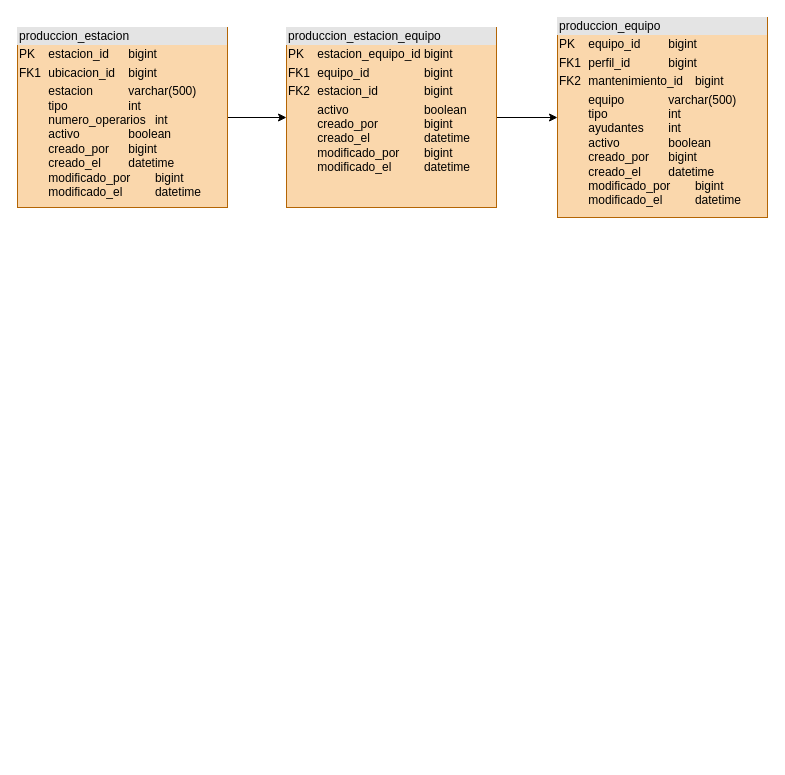
This is ERDProduccion.drawio from winnier78/L360Produccion, a draw.io file, before an edit. Source tidied: cells renumbered, new cells numbered last; positions are measured from the earlier drawing's top-left corner, leaving out a move shared by most shapes. Both pictures are drawn from the tidied source at 100%, with x=0, y=0 at pixel (17, 17).
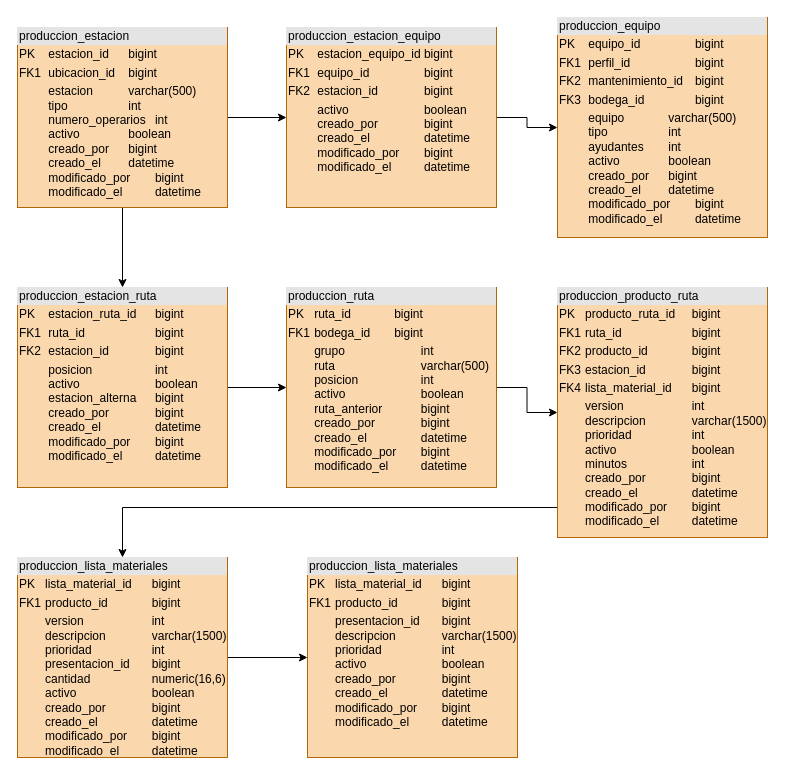
After the change.

Commit message:
agregamos ruta ERDProduccion.drawio

The change refers to these unchanged cells:
```xml
<mxCell id="3" value="&lt;div style=&quot;box-sizing: border-box; width: 100%; background: rgb(228, 228, 228); padding: 2px;&quot;&gt;produccion_estacion&lt;/div&gt;&lt;table style=&quot;width:100%;font-size:1em;&quot; cellpadding=&quot;2&quot; cellspacing=&quot;0&quot;&gt;&lt;tbody&gt;&lt;tr&gt;&lt;td&gt;PK&lt;/td&gt;&lt;td&gt;estacion_id&lt;span style=&quot;white-space: pre;&quot;&gt;&#9;&lt;/span&gt;bigint&lt;/td&gt;&lt;td&gt;&lt;br&gt;&lt;/td&gt;&lt;/tr&gt;&lt;tr&gt;&lt;td&gt;FK1&lt;/td&gt;&lt;td&gt;ubicacion_id&lt;span style=&quot;white-space: pre;&quot;&gt;&#9;&lt;/span&gt;bigint&lt;/td&gt;&lt;td&gt;&lt;br&gt;&lt;/td&gt;&lt;/tr&gt;&lt;tr&gt;&lt;td&gt;&lt;/td&gt;&lt;td&gt;estacion&lt;span style=&quot;white-space: pre;&quot;&gt;&#9;&lt;span style=&quot;white-space: pre;&quot;&gt;&#9;&lt;/span&gt;&lt;/span&gt;varchar(500)&lt;br&gt;tipo&lt;span style=&quot;white-space: pre;&quot;&gt;&#9;&lt;/span&gt;&lt;span style=&quot;white-space: pre;&quot;&gt;&#9;&lt;/span&gt;&lt;span style=&quot;white-space: pre;&quot;&gt;&#9;&lt;/span&gt;int&lt;br&gt;numero_operarios&lt;span style=&quot;white-space: pre;&quot;&gt;&#9;&lt;/span&gt;int&lt;br&gt;activo&lt;span style=&quot;white-space: pre;&quot;&gt;&#9;&lt;/span&gt;&lt;span style=&quot;white-space: pre;&quot;&gt;&#9;&lt;/span&gt;boolean&lt;br&gt;creado_por&lt;span style=&quot;white-space: pre;&quot;&gt;&#9;&lt;/span&gt;bigint&lt;br&gt;creado_el&lt;span style=&quot;white-space: pre;&quot;&gt;&#9;&lt;/span&gt;datetime&lt;br&gt;modificado_por&lt;span style=&quot;white-space: pre;&quot;&gt;&#9;&lt;/span&gt;bigint&lt;br&gt;modificado_el&lt;span style=&quot;white-space: pre;&quot;&gt;&#9;&lt;/span&gt;&lt;span style=&quot;white-space: pre;&quot;&gt;&#9;&lt;/span&gt;datetime&lt;/td&gt;&lt;td&gt;&lt;br&gt;&lt;/td&gt;&lt;/tr&gt;&lt;/tbody&gt;&lt;/table&gt;" style="verticalAlign=top;align=left;overflow=fill;html=1;whiteSpace=wrap;fillColor=#fad7ac;strokeColor=#b46504;" parent="1" vertex="1">
  <mxGeometry y="10" width="210" height="180" as="geometry" />
</mxCell>
```

Change to the diagram source:
```diff
@@
+    <mxCell id="7" style="edgeStyle=orthogonalEdgeStyle;rounded=0;jettySize=auto;html=1;" parent="1" edge="1" source="3" target="9">
+      <mxGeometry relative="1" as="geometry" />
+    </mxCell>
@@
-    <mxCell id="4" value="&lt;div style=&quot;box-sizing: border-box; width: 100%; background: rgb(228, 228, 228); padding: 2px;&quot;&gt;produccion_equipo&lt;/div&gt;&lt;table style=&quot;width:100%;font-size:1em;&quot; cellpadding=&quot;2&quot; cellspacing=&quot;0&quot;&gt;&lt;tbody&gt;&lt;tr&gt;&lt;td&gt;PK&lt;/td&gt;&lt;td&gt;equipo_id&lt;span style=&quot;white-space: pre;&quot;&gt;&#9;&lt;/span&gt;bigint&lt;/td&gt;&lt;td&gt;&lt;br&gt;&lt;/td&gt;&lt;/tr&gt;&lt;tr&gt;&lt;td&gt;FK1&lt;/td&gt;&lt;td&gt;perfil_id&lt;span style=&quot;white-space: pre;&quot;&gt;&#9;&lt;span style=&quot;white-space: pre;&quot;&gt;&#9;&lt;/span&gt;&lt;/span&gt;bigint&lt;/td&gt;&lt;td&gt;&lt;br&gt;&lt;/td&gt;&lt;/tr&gt;&lt;tr&gt;&lt;td&gt;FK2&lt;/td&gt;&lt;td&gt;mantenimiento_id&lt;span style=&quot;white-space: pre;&quot;&gt;&#9;&lt;/span&gt;bigint&lt;/td&gt;&lt;td&gt;&lt;br&gt;&lt;/td&gt;&lt;/tr&gt;&lt;tr&gt;&lt;td&gt;&lt;/td&gt;&lt;td&gt;equipo&lt;span style=&quot;white-space: pre;&quot;&gt;&#9;&lt;span style=&quot;white-space: pre;&quot;&gt;&#9;&lt;/span&gt;&lt;/span&gt;varchar(500)&lt;br&gt;tipo&lt;span style=&quot;white-space: pre;&quot;&gt;&#9;&lt;/span&gt;&lt;span style=&quot;white-space: pre;&quot;&gt;&#9;&lt;/span&gt;&lt;span style=&quot;white-space: pre;&quot;&gt;&#9;&lt;/span&gt;int&lt;br&gt;ayudantes&lt;span style=&quot;white-space: pre;&quot;&gt;&#9;&lt;/span&gt;int&lt;br&gt;activo&lt;span style=&quot;white-space: pre;&quot;&gt;&#9;&lt;/span&gt;&lt;span style=&quot;white-space: pre;&quot;&gt;&#9;&lt;/span&gt;boolean&lt;br&gt;creado_por&lt;span style=&quot;white-space: pre;&quot;&gt;&#9;&lt;/span&gt;bigint&lt;br&gt;creado_el&lt;span style=&quot;white-space: pre;&quot;&gt;&#9;&lt;/span&gt;datetime&lt;br&gt;modificado_por&lt;span style=&quot;white-space: pre;&quot;&gt;&#9;&lt;/span&gt;bigint&lt;br&gt;modificado_el&lt;span style=&quot;white-space: pre;&quot;&gt;&#9;&lt;/span&gt;&lt;span style=&quot;white-space: pre;&quot;&gt;&#9;&lt;/span&gt;datetime&lt;/td&gt;&lt;td&gt;&lt;br&gt;&lt;/td&gt;&lt;/tr&gt;&lt;/tbody&gt;&lt;/table&gt;" style="verticalAlign=top;align=left;overflow=fill;html=1;whiteSpace=wrap;fillColor=#fad7ac;strokeColor=#b46504;" parent="1" vertex="1">
-      <mxGeometry x="540" width="210" height="200" as="geometry" />
+    <mxCell id="4" value="&lt;div style=&quot;box-sizing: border-box; width: 100%; background: rgb(228, 228, 228); padding: 2px;&quot;&gt;produccion_equipo&lt;/div&gt;&lt;table style=&quot;width:100%;font-size:1em;&quot; cellpadding=&quot;2&quot; cellspacing=&quot;0&quot;&gt;&lt;tbody&gt;&lt;tr&gt;&lt;td&gt;PK&lt;/td&gt;&lt;td&gt;equipo_id&lt;span style=&quot;white-space: pre;&quot;&gt;&#9;&lt;span style=&quot;white-space: pre;&quot;&gt;&#9;&lt;/span&gt;&lt;/span&gt;bigint&lt;/td&gt;&lt;td&gt;&lt;br&gt;&lt;/td&gt;&lt;/tr&gt;&lt;tr&gt;&lt;td&gt;FK1&lt;/td&gt;&lt;td&gt;perfil_id&lt;span style=&quot;white-space: pre;&quot;&gt;&#9;&lt;span style=&quot;white-space: pre;&quot;&gt;&#9;&lt;span style=&quot;white-space: pre;&quot;&gt;&#9;&lt;/span&gt;&lt;/span&gt;&lt;/span&gt;bigint&lt;/td&gt;&lt;td&gt;&lt;br&gt;&lt;/td&gt;&lt;/tr&gt;&lt;tr&gt;&lt;td&gt;FK2&lt;/td&gt;&lt;td&gt;mantenimiento_id&lt;span style=&quot;white-space: pre;&quot;&gt;&#9;&lt;/span&gt;bigint&lt;/td&gt;&lt;td&gt;&lt;br&gt;&lt;/td&gt;&lt;/tr&gt;&lt;tr&gt;&lt;td&gt;FK3&lt;/td&gt;&lt;td&gt;bodega_id&lt;span style=&quot;white-space: pre;&quot;&gt;&#9;&lt;/span&gt;&lt;span style=&quot;white-space: pre;&quot;&gt;&#9;&lt;/span&gt;bigint&lt;/td&gt;&lt;td&gt;&lt;br&gt;&lt;/td&gt;&lt;/tr&gt;&lt;tr&gt;&lt;td&gt;&lt;/td&gt;&lt;td&gt;equipo&lt;span style=&quot;white-space: pre;&quot;&gt;&#9;&lt;span style=&quot;white-space: pre;&quot;&gt;&#9;&lt;/span&gt;&lt;/span&gt;varchar(500)&lt;br&gt;tipo&lt;span style=&quot;white-space: pre;&quot;&gt;&#9;&lt;/span&gt;&lt;span style=&quot;white-space: pre;&quot;&gt;&#9;&lt;/span&gt;&lt;span style=&quot;white-space: pre;&quot;&gt;&#9;&lt;/span&gt;int&lt;br&gt;ayudantes&lt;span style=&quot;white-space: pre;&quot;&gt;&#9;&lt;/span&gt;int&lt;br&gt;activo&lt;span style=&quot;white-space: pre;&quot;&gt;&#9;&lt;/span&gt;&lt;span style=&quot;white-space: pre;&quot;&gt;&#9;&lt;/span&gt;boolean&lt;br&gt;creado_por&lt;span style=&quot;white-space: pre;&quot;&gt;&#9;&lt;/span&gt;bigint&lt;br&gt;creado_el&lt;span style=&quot;white-space: pre;&quot;&gt;&#9;&lt;/span&gt;datetime&lt;br&gt;modificado_por&lt;span style=&quot;white-space: pre;&quot;&gt;&#9;&lt;/span&gt;bigint&lt;br&gt;modificado_el&lt;span style=&quot;white-space: pre;&quot;&gt;&#9;&lt;/span&gt;&lt;span style=&quot;white-space: pre;&quot;&gt;&#9;&lt;/span&gt;datetime&lt;/td&gt;&lt;td&gt;&lt;br&gt;&lt;/td&gt;&lt;/tr&gt;&lt;/tbody&gt;&lt;/table&gt;" style="verticalAlign=top;align=left;overflow=fill;html=1;whiteSpace=wrap;fillColor=#fad7ac;strokeColor=#b46504;" parent="1" vertex="1">
+      <mxGeometry x="540" width="210" height="220" as="geometry" />
     </mxCell>
@@
+    <mxCell id="8" style="edgeStyle=orthogonalEdgeStyle;rounded=0;jettySize=auto;html=1;" parent="1" edge="1" source="9" target="11">
+      <mxGeometry relative="1" as="geometry" />
+    </mxCell>
+    <mxCell id="9" value="&lt;div style=&quot;box-sizing: border-box; width: 100%; background: rgb(228, 228, 228); padding: 2px;&quot;&gt;produccion_estacion_ruta&lt;/div&gt;&lt;table style=&quot;width:100%;font-size:1em;&quot; cellpadding=&quot;2&quot; cellspacing=&quot;0&quot;&gt;&lt;tbody&gt;&lt;tr&gt;&lt;td&gt;PK&lt;/td&gt;&lt;td&gt;estacion_ruta_id&lt;span style=&quot;white-space: pre;&quot;&gt;&#9;&lt;/span&gt;bigint&lt;/td&gt;&lt;td&gt;&lt;br&gt;&lt;/td&gt;&lt;/tr&gt;&lt;tr&gt;&lt;td&gt;FK1&lt;/td&gt;&lt;td&gt;ruta_id&lt;span style=&quot;white-space: pre;&quot;&gt;&#9;&lt;span style=&quot;white-space: pre;&quot;&gt;&#9;&lt;/span&gt;&lt;span style=&quot;white-space: pre;&quot;&gt;&#9;&lt;/span&gt;&lt;/span&gt;bigint&lt;/td&gt;&lt;td&gt;&lt;br&gt;&lt;/td&gt;&lt;/tr&gt;&lt;tr&gt;&lt;td&gt;FK2&lt;/td&gt;&lt;td&gt;estacion_id&lt;span style=&quot;white-space: pre;&quot;&gt;&#9;&lt;/span&gt;&lt;span style=&quot;white-space: pre;&quot;&gt;&#9;&lt;/span&gt;bigint&lt;/td&gt;&lt;td&gt;&lt;br&gt;&lt;/td&gt;&lt;/tr&gt;&lt;tr&gt;&lt;td&gt;&lt;/td&gt;&lt;td&gt;posicion&lt;span style=&quot;white-space: pre;&quot;&gt;&#9;&lt;/span&gt;&lt;span style=&quot;white-space: pre;&quot;&gt;&#9;&lt;/span&gt;&lt;span style=&quot;white-space: pre;&quot;&gt;&#9;&lt;/span&gt;int&lt;br&gt;activo&lt;span style=&quot;white-space: pre;&quot;&gt;&#9;&lt;/span&gt;&lt;span style=&quot;white-space: pre;&quot;&gt;&#9;&lt;span style=&quot;white-space: pre;&quot;&gt;&#9;&lt;/span&gt;&lt;/span&gt;boolean&lt;br&gt;estacion_alterna&lt;span style=&quot;white-space: pre;&quot;&gt;&#9;&lt;/span&gt;bigint&lt;br&gt;creado_por&lt;span style=&quot;white-space: pre;&quot;&gt;&#9;&lt;span style=&quot;white-space: pre;&quot;&gt;&#9;&lt;/span&gt;&lt;/span&gt;bigint&lt;br&gt;creado_el&lt;span style=&quot;white-space: pre;&quot;&gt;&#9;&lt;span style=&quot;white-space: pre;&quot;&gt;&#9;&lt;/span&gt;&lt;/span&gt;datetime&lt;br&gt;modificado_por&lt;span style=&quot;white-space: pre;&quot;&gt;&#9;&lt;/span&gt;bigint&lt;br&gt;modificado_el&lt;span style=&quot;white-space: pre;&quot;&gt;&#9;&lt;/span&gt;&lt;span style=&quot;white-space: pre;&quot;&gt;&#9;&lt;/span&gt;datetime&lt;/td&gt;&lt;td&gt;&lt;br&gt;&lt;/td&gt;&lt;/tr&gt;&lt;tr&gt;&lt;td&gt;&lt;br&gt;&lt;/td&gt;&lt;td&gt;&lt;br&gt;&lt;/td&gt;&lt;td&gt;&lt;br&gt;&lt;/td&gt;&lt;/tr&gt;&lt;tr&gt;&lt;td&gt;&lt;br&gt;&lt;/td&gt;&lt;td&gt;&lt;br&gt;&lt;/td&gt;&lt;td&gt;&lt;br&gt;&lt;/td&gt;&lt;/tr&gt;&lt;/tbody&gt;&lt;/table&gt;" style="verticalAlign=top;align=left;overflow=fill;html=1;whiteSpace=wrap;fillColor=#fad7ac;strokeColor=#b46504;" parent="1" vertex="1">
+      <mxGeometry y="270" width="210" height="200" as="geometry" />
+    </mxCell>
+    <mxCell id="10" style="edgeStyle=orthogonalEdgeStyle;rounded=0;jettySize=auto;html=1;" parent="1" edge="1" source="11" target="13">
+      <mxGeometry relative="1" as="geometry" />
+    </mxCell>
+    <mxCell id="11" value="&lt;div style=&quot;box-sizing: border-box; width: 100%; background: rgb(228, 228, 228); padding: 2px;&quot;&gt;produccion_ruta&lt;/div&gt;&lt;table style=&quot;width:100%;font-size:1em;&quot; cellpadding=&quot;2&quot; cellspacing=&quot;0&quot;&gt;&lt;tbody&gt;&lt;tr&gt;&lt;td&gt;PK&lt;/td&gt;&lt;td&gt;ruta_id&lt;span style=&quot;white-space: pre;&quot;&gt;&#9;&lt;span style=&quot;white-space: pre;&quot;&gt;&#9;&lt;/span&gt;&lt;/span&gt;bigint&lt;/td&gt;&lt;td&gt;&lt;br&gt;&lt;/td&gt;&lt;/tr&gt;&lt;tr&gt;&lt;td&gt;FK1&lt;/td&gt;&lt;td&gt;bodega_id&lt;span style=&quot;white-space: pre;&quot;&gt;&#9;&lt;/span&gt;bigint&lt;/td&gt;&lt;td&gt;&lt;br&gt;&lt;/td&gt;&lt;/tr&gt;&lt;tr&gt;&lt;td&gt;&lt;/td&gt;&lt;td&gt;grupo&lt;span style=&quot;white-space: pre;&quot;&gt;&#9;&lt;/span&gt;&lt;span style=&quot;white-space: pre;&quot;&gt;&#9;&lt;/span&gt;&lt;span style=&quot;white-space: pre;&quot;&gt;&#9;&lt;/span&gt;int&lt;br&gt;ruta&lt;span style=&quot;white-space: pre;&quot;&gt;&#9;&lt;/span&gt;&lt;span style=&quot;white-space: pre;&quot;&gt;&#9;&lt;/span&gt;&lt;span style=&quot;white-space: pre;&quot;&gt;&#9;&lt;span style=&quot;white-space: pre;&quot;&gt;&#9;&lt;/span&gt;&lt;/span&gt;varchar(500)&lt;br&gt;posicion&lt;span style=&quot;white-space: pre;&quot;&gt;&#9;&lt;/span&gt;&lt;span style=&quot;white-space: pre;&quot;&gt;&#9;&lt;/span&gt;&lt;span style=&quot;white-space: pre;&quot;&gt;&#9;&lt;/span&gt;int&lt;br&gt;activo&lt;span style=&quot;white-space: pre;&quot;&gt;&#9;&lt;/span&gt;&lt;span style=&quot;white-space: pre;&quot;&gt;&#9;&lt;span style=&quot;white-space: pre;&quot;&gt;&#9;&lt;/span&gt;&lt;/span&gt;boolean&lt;br&gt;ruta_anterior&lt;span style=&quot;white-space: pre;&quot;&gt;&#9;&lt;/span&gt;&lt;span style=&quot;white-space: pre;&quot;&gt;&#9;&lt;/span&gt;bigint&lt;br&gt;creado_por&lt;span style=&quot;white-space: pre;&quot;&gt;&#9;&lt;span style=&quot;white-space: pre;&quot;&gt;&#9;&lt;/span&gt;&lt;/span&gt;bigint&lt;br&gt;creado_el&lt;span style=&quot;white-space: pre;&quot;&gt;&#9;&lt;span style=&quot;white-space: pre;&quot;&gt;&#9;&lt;/span&gt;&lt;/span&gt;datetime&lt;br&gt;modificado_por&lt;span style=&quot;white-space: pre;&quot;&gt;&#9;&lt;/span&gt;bigint&lt;br&gt;modificado_el&lt;span style=&quot;white-space: pre;&quot;&gt;&#9;&lt;/span&gt;&lt;span style=&quot;white-space: pre;&quot;&gt;&#9;&lt;/span&gt;datetime&lt;/td&gt;&lt;td&gt;&lt;br&gt;&lt;/td&gt;&lt;/tr&gt;&lt;tr&gt;&lt;td&gt;&lt;br&gt;&lt;/td&gt;&lt;td&gt;&lt;br&gt;&lt;/td&gt;&lt;td&gt;&lt;br&gt;&lt;/td&gt;&lt;/tr&gt;&lt;tr&gt;&lt;td&gt;&lt;br&gt;&lt;/td&gt;&lt;td&gt;&lt;br&gt;&lt;/td&gt;&lt;td&gt;&lt;br&gt;&lt;/td&gt;&lt;/tr&gt;&lt;tr&gt;&lt;td&gt;&lt;br&gt;&lt;/td&gt;&lt;td&gt;&lt;br&gt;&lt;/td&gt;&lt;td&gt;&lt;br&gt;&lt;/td&gt;&lt;/tr&gt;&lt;/tbody&gt;&lt;/table&gt;" style="verticalAlign=top;align=left;overflow=fill;html=1;whiteSpace=wrap;fillColor=#fad7ac;strokeColor=#b46504;" parent="1" vertex="1">
+      <mxGeometry x="269" y="270" width="210" height="200" as="geometry" />
+    </mxCell>
+    <mxCell id="12" style="edgeStyle=orthogonalEdgeStyle;rounded=0;jettySize=auto;html=1;" parent="1" edge="1" source="13" target="15">
+      <mxGeometry relative="1" as="geometry">
+        <Array as="points">
+          <mxPoint x="105" y="490" />
+        </Array>
+      </mxGeometry>
+    </mxCell>
+    <mxCell id="13" value="&lt;div style=&quot;box-sizing: border-box; width: 100%; background: rgb(228, 228, 228); padding: 2px;&quot;&gt;produccion_producto_ruta&lt;/div&gt;&lt;table style=&quot;width:100%;font-size:1em;&quot; cellpadding=&quot;2&quot; cellspacing=&quot;0&quot;&gt;&lt;tbody&gt;&lt;tr&gt;&lt;td&gt;PK&lt;/td&gt;&lt;td&gt;producto_ruta_id&lt;span style=&quot;white-space: pre;&quot;&gt;&#9;&lt;/span&gt;bigint&lt;/td&gt;&lt;td&gt;&lt;br&gt;&lt;/td&gt;&lt;/tr&gt;&lt;tr&gt;&lt;td&gt;FK1&lt;/td&gt;&lt;td&gt;ruta_id&lt;span style=&quot;white-space: pre;&quot;&gt;&#9;&lt;span style=&quot;white-space: pre;&quot;&gt;&#9;&lt;/span&gt;&lt;span style=&quot;white-space: pre;&quot;&gt;&#9;&lt;/span&gt;&lt;/span&gt;bigint&lt;/td&gt;&lt;td&gt;&lt;br&gt;&lt;/td&gt;&lt;/tr&gt;&lt;tr&gt;&lt;td&gt;FK2&lt;/td&gt;&lt;td&gt;producto_id&lt;span style=&quot;white-space: pre;&quot;&gt;&#9;&lt;/span&gt;&lt;span style=&quot;white-space: pre;&quot;&gt;&#9;&lt;/span&gt;bigint&lt;/td&gt;&lt;td&gt;&lt;br&gt;&lt;/td&gt;&lt;/tr&gt;&lt;tr&gt;&lt;td&gt;FK3&lt;/td&gt;&lt;td&gt;estacion_id&lt;span style=&quot;white-space: pre;&quot;&gt;&#9;&lt;/span&gt;&lt;span style=&quot;white-space: pre;&quot;&gt;&#9;&lt;/span&gt;bigint&lt;/td&gt;&lt;td&gt;&lt;br&gt;&lt;/td&gt;&lt;/tr&gt;&lt;tr&gt;&lt;td&gt;FK4&lt;/td&gt;&lt;td&gt;lista_material_id&lt;span style=&quot;white-space: pre;&quot;&gt;&#9;&lt;/span&gt;bigint&lt;/td&gt;&lt;td&gt;&lt;br&gt;&lt;/td&gt;&lt;/tr&gt;&lt;tr&gt;&lt;td&gt;&lt;/td&gt;&lt;td&gt;version&lt;span style=&quot;white-space: pre;&quot;&gt;&#9;&lt;/span&gt;&lt;span style=&quot;white-space: pre;&quot;&gt;&#9;&lt;/span&gt;&lt;span style=&quot;white-space: pre;&quot;&gt;&#9;&lt;/span&gt;int&lt;br&gt;descripcion&lt;span style=&quot;white-space: pre;&quot;&gt;&#9;&lt;span style=&quot;white-space: pre;&quot;&gt;&#9;&lt;/span&gt;&lt;/span&gt;varchar(1500)&lt;br&gt;prioridad&lt;span style=&quot;white-space: pre;&quot;&gt;&#9;&lt;/span&gt;&lt;span style=&quot;white-space: pre;&quot;&gt;&#9;&lt;/span&gt;&lt;span style=&quot;white-space: pre;&quot;&gt;&#9;&lt;/span&gt;int&lt;br&gt;activo&lt;span style=&quot;white-space: pre;&quot;&gt;&#9;&lt;/span&gt;&lt;span style=&quot;white-space: pre;&quot;&gt;&#9;&lt;span style=&quot;white-space: pre;&quot;&gt;&#9;&lt;/span&gt;&lt;/span&gt;boolean&lt;br&gt;minutos&lt;span style=&quot;white-space: pre;&quot;&gt;&#9;&lt;/span&gt;&lt;span style=&quot;white-space: pre;&quot;&gt;&#9;&lt;/span&gt;&lt;span style=&quot;white-space: pre;&quot;&gt;&#9;&lt;/span&gt;int&lt;br&gt;creado_por&lt;span style=&quot;white-space: pre;&quot;&gt;&#9;&lt;span style=&quot;white-space: pre;&quot;&gt;&#9;&lt;/span&gt;&lt;/span&gt;bigint&lt;br&gt;creado_el&lt;span style=&quot;white-space: pre;&quot;&gt;&#9;&lt;span style=&quot;white-space: pre;&quot;&gt;&#9;&lt;/span&gt;&lt;/span&gt;datetime&lt;br&gt;modificado_por&lt;span style=&quot;white-space: pre;&quot;&gt;&#9;&lt;/span&gt;bigint&lt;br&gt;modificado_el&lt;span style=&quot;white-space: pre;&quot;&gt;&#9;&lt;/span&gt;&lt;span style=&quot;white-space: pre;&quot;&gt;&#9;&lt;/span&gt;datetime&lt;/td&gt;&lt;td&gt;&lt;br&gt;&lt;/td&gt;&lt;/tr&gt;&lt;tr&gt;&lt;td&gt;&lt;br&gt;&lt;/td&gt;&lt;td&gt;&lt;br&gt;&lt;/td&gt;&lt;td&gt;&lt;br&gt;&lt;/td&gt;&lt;/tr&gt;&lt;tr&gt;&lt;td&gt;&lt;br&gt;&lt;/td&gt;&lt;td&gt;&lt;br&gt;&lt;/td&gt;&lt;td&gt;&lt;br&gt;&lt;/td&gt;&lt;/tr&gt;&lt;tr&gt;&lt;td&gt;&lt;br&gt;&lt;/td&gt;&lt;td&gt;&lt;br&gt;&lt;/td&gt;&lt;td&gt;&lt;br&gt;&lt;/td&gt;&lt;/tr&gt;&lt;/tbody&gt;&lt;/table&gt;" style="verticalAlign=top;align=left;overflow=fill;html=1;whiteSpace=wrap;fillColor=#fad7ac;strokeColor=#b46504;" parent="1" vertex="1">
+      <mxGeometry x="540" y="270" width="210" height="250" as="geometry" />
+    </mxCell>
+    <mxCell id="14" style="edgeStyle=orthogonalEdgeStyle;rounded=0;jettySize=auto;html=1;" parent="1" edge="1" source="15" target="16">
+      <mxGeometry relative="1" as="geometry" />
+    </mxCell>
+    <mxCell id="15" value="&lt;div style=&quot;box-sizing: border-box; width: 100%; background: rgb(228, 228, 228); padding: 2px;&quot;&gt;produccion_lista_materiales&lt;/div&gt;&lt;table style=&quot;width:100%;font-size:1em;&quot; cellpadding=&quot;2&quot; cellspacing=&quot;0&quot;&gt;&lt;tbody&gt;&lt;tr&gt;&lt;td&gt;PK&lt;/td&gt;&lt;td&gt;lista_material_id&lt;span style=&quot;white-space: pre;&quot;&gt;&#9;&lt;/span&gt;bigint&lt;/td&gt;&lt;td&gt;&lt;br&gt;&lt;/td&gt;&lt;/tr&gt;&lt;tr&gt;&lt;td&gt;FK1&lt;/td&gt;&lt;td&gt;producto_id&lt;span style=&quot;white-space: pre;&quot;&gt;&#9;&lt;/span&gt;&lt;span style=&quot;white-space: pre;&quot;&gt;&#9;&lt;/span&gt;bigint&lt;/td&gt;&lt;td&gt;&lt;br&gt;&lt;/td&gt;&lt;/tr&gt;&lt;tr&gt;&lt;td&gt;&lt;/td&gt;&lt;td&gt;version&lt;span style=&quot;white-space: pre;&quot;&gt;&#9;&lt;/span&gt;&lt;span style=&quot;white-space: pre;&quot;&gt;&#9;&lt;/span&gt;&lt;span style=&quot;white-space: pre;&quot;&gt;&#9;&lt;/span&gt;int&lt;br&gt;descripcion&lt;span style=&quot;white-space: pre;&quot;&gt;&#9;&lt;span style=&quot;white-space: pre;&quot;&gt;&#9;&lt;/span&gt;&lt;/span&gt;varchar(1500)&lt;br&gt;prioridad&lt;span style=&quot;white-space: pre;&quot;&gt;&#9;&lt;/span&gt;&lt;span style=&quot;white-space: pre;&quot;&gt;&#9;&lt;/span&gt;&lt;span style=&quot;white-space: pre;&quot;&gt;&#9;&lt;/span&gt;int&lt;br&gt;presentacion_id&lt;span style=&quot;white-space: pre;&quot;&gt;&#9;&lt;/span&gt;bigint&lt;br&gt;cantidad&lt;span style=&quot;white-space: pre;&quot;&gt;&#9;&lt;/span&gt;&lt;span style=&quot;white-space: pre;&quot;&gt;&#9;&lt;/span&gt;&lt;span style=&quot;white-space: pre;&quot;&gt;&#9;&lt;/span&gt;numeric(16,6)&lt;br&gt;activo&lt;span style=&quot;white-space: pre;&quot;&gt;&#9;&lt;/span&gt;&lt;span style=&quot;white-space: pre;&quot;&gt;&#9;&lt;span style=&quot;white-space: pre;&quot;&gt;&#9;&lt;/span&gt;&lt;/span&gt;boolean&lt;br&gt;creado_por&lt;span style=&quot;white-space: pre;&quot;&gt;&#9;&lt;span style=&quot;white-space: pre;&quot;&gt;&#9;&lt;/span&gt;&lt;/span&gt;bigint&lt;br&gt;creado_el&lt;span style=&quot;white-space: pre;&quot;&gt;&#9;&lt;span style=&quot;white-space: pre;&quot;&gt;&#9;&lt;/span&gt;&lt;/span&gt;datetime&lt;br&gt;modificado_por&lt;span style=&quot;white-space: pre;&quot;&gt;&#9;&lt;/span&gt;bigint&lt;br&gt;modificado_el&lt;span style=&quot;white-space: pre;&quot;&gt;&#9;&lt;/span&gt;&lt;span style=&quot;white-space: pre;&quot;&gt;&#9;&lt;/span&gt;datetime&lt;/td&gt;&lt;td&gt;&lt;br&gt;&lt;/td&gt;&lt;/tr&gt;&lt;tr&gt;&lt;td&gt;&lt;br&gt;&lt;/td&gt;&lt;td&gt;&lt;br&gt;&lt;/td&gt;&lt;td&gt;&lt;br&gt;&lt;/td&gt;&lt;/tr&gt;&lt;tr&gt;&lt;td&gt;&lt;br&gt;&lt;/td&gt;&lt;td&gt;&lt;br&gt;&lt;/td&gt;&lt;td&gt;&lt;br&gt;&lt;/td&gt;&lt;/tr&gt;&lt;/tbody&gt;&lt;/table&gt;" style="verticalAlign=top;align=left;overflow=fill;html=1;whiteSpace=wrap;fillColor=#fad7ac;strokeColor=#b46504;" parent="1" vertex="1">
+      <mxGeometry y="540" width="210" height="200" as="geometry" />
+    </mxCell>
+    <mxCell id="16" value="&lt;div style=&quot;box-sizing: border-box; width: 100%; background: rgb(228, 228, 228); padding: 2px;&quot;&gt;produccion_lista_materiales&lt;/div&gt;&lt;table style=&quot;width:100%;font-size:1em;&quot; cellpadding=&quot;2&quot; cellspacing=&quot;0&quot;&gt;&lt;tbody&gt;&lt;tr&gt;&lt;td&gt;PK&lt;/td&gt;&lt;td&gt;lista_material_id&lt;span style=&quot;white-space: pre;&quot;&gt;&#9;&lt;/span&gt;bigint&lt;/td&gt;&lt;td&gt;&lt;br&gt;&lt;/td&gt;&lt;/tr&gt;&lt;tr&gt;&lt;td&gt;FK1&lt;/td&gt;&lt;td&gt;producto_id&lt;span style=&quot;white-space: pre;&quot;&gt;&#9;&lt;/span&gt;&lt;span style=&quot;white-space: pre;&quot;&gt;&#9;&lt;/span&gt;bigint&lt;/td&gt;&lt;td&gt;&lt;br&gt;&lt;/td&gt;&lt;/tr&gt;&lt;tr&gt;&lt;td&gt;&lt;/td&gt;&lt;td&gt;presentacion_id&lt;span style=&quot;white-space: pre;&quot;&gt;&#9;&lt;/span&gt;bigint&lt;br&gt;descripcion&lt;span style=&quot;white-space: pre;&quot;&gt;&#9;&lt;span style=&quot;white-space: pre;&quot;&gt;&#9;&lt;/span&gt;&lt;/span&gt;varchar(1500)&lt;br&gt;prioridad&lt;span style=&quot;white-space: pre;&quot;&gt;&#9;&lt;/span&gt;&lt;span style=&quot;white-space: pre;&quot;&gt;&#9;&lt;/span&gt;&lt;span style=&quot;white-space: pre;&quot;&gt;&#9;&lt;/span&gt;int&lt;br&gt;activo&lt;span style=&quot;white-space: pre;&quot;&gt;&#9;&lt;/span&gt;&lt;span style=&quot;white-space: pre;&quot;&gt;&#9;&lt;span style=&quot;white-space: pre;&quot;&gt;&#9;&lt;/span&gt;&lt;/span&gt;boolean&lt;br&gt;creado_por&lt;span style=&quot;white-space: pre;&quot;&gt;&#9;&lt;span style=&quot;white-space: pre;&quot;&gt;&#9;&lt;/span&gt;&lt;/span&gt;bigint&lt;br&gt;creado_el&lt;span style=&quot;white-space: pre;&quot;&gt;&#9;&lt;span style=&quot;white-space: pre;&quot;&gt;&#9;&lt;/span&gt;&lt;/span&gt;datetime&lt;br&gt;modificado_por&lt;span style=&quot;white-space: pre;&quot;&gt;&#9;&lt;/span&gt;bigint&lt;br&gt;modificado_el&lt;span style=&quot;white-space: pre;&quot;&gt;&#9;&lt;/span&gt;&lt;span style=&quot;white-space: pre;&quot;&gt;&#9;&lt;/span&gt;datetime&lt;/td&gt;&lt;td&gt;&lt;br&gt;&lt;/td&gt;&lt;/tr&gt;&lt;tr&gt;&lt;td&gt;&lt;br&gt;&lt;/td&gt;&lt;td&gt;&lt;br&gt;&lt;/td&gt;&lt;td&gt;&lt;br&gt;&lt;/td&gt;&lt;/tr&gt;&lt;tr&gt;&lt;td&gt;&lt;br&gt;&lt;/td&gt;&lt;td&gt;&lt;br&gt;&lt;/td&gt;&lt;td&gt;&lt;br&gt;&lt;/td&gt;&lt;/tr&gt;&lt;/tbody&gt;&lt;/table&gt;" style="verticalAlign=top;align=left;overflow=fill;html=1;whiteSpace=wrap;fillColor=#fad7ac;strokeColor=#b46504;" parent="1" vertex="1">
+      <mxGeometry x="290" y="540" width="210" height="200" as="geometry" />
+    </mxCell>
```
